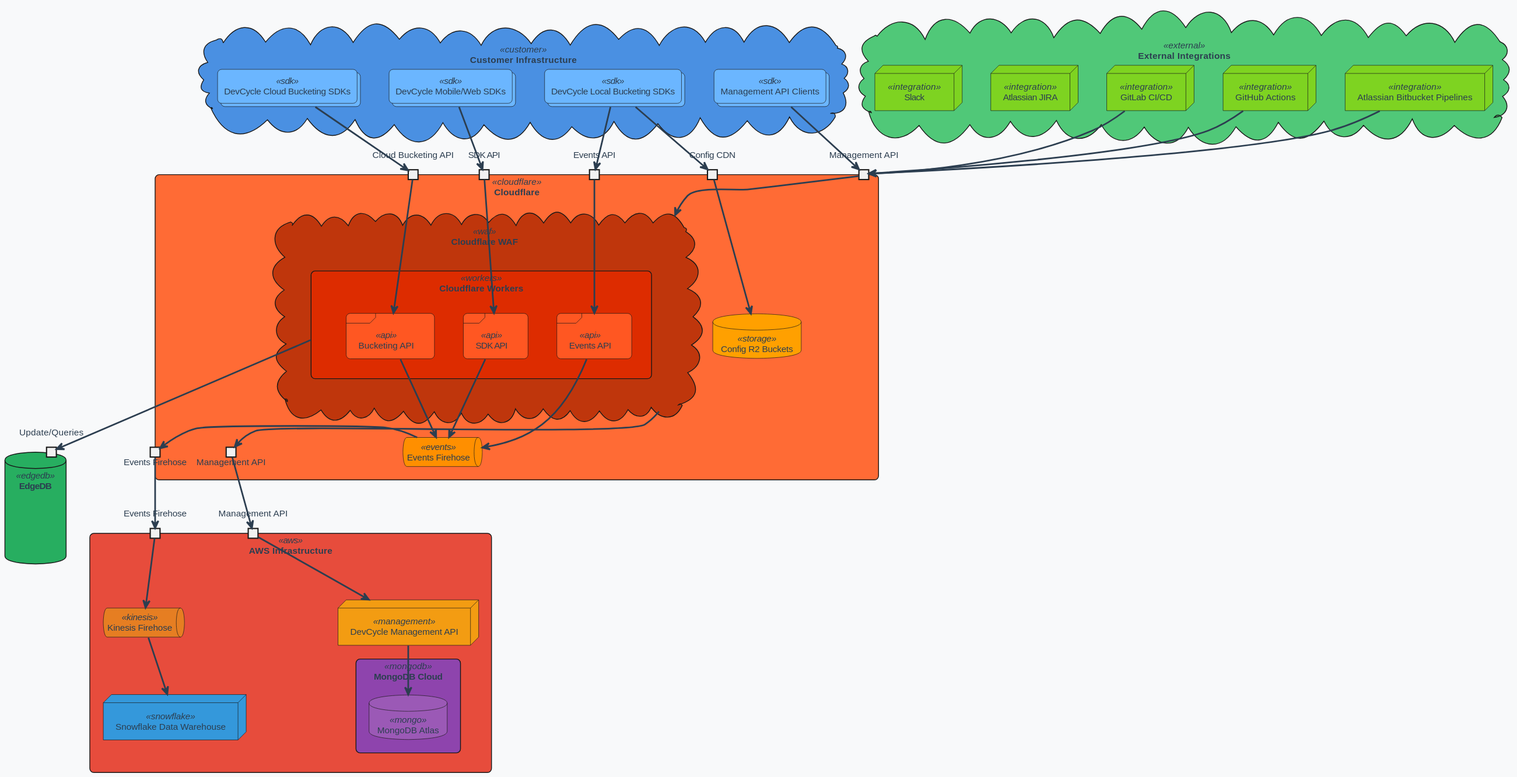
Above: static/diagrams/architecture.svg in DevCycleHQ/devcycle-docs (PlantUML), before the change.
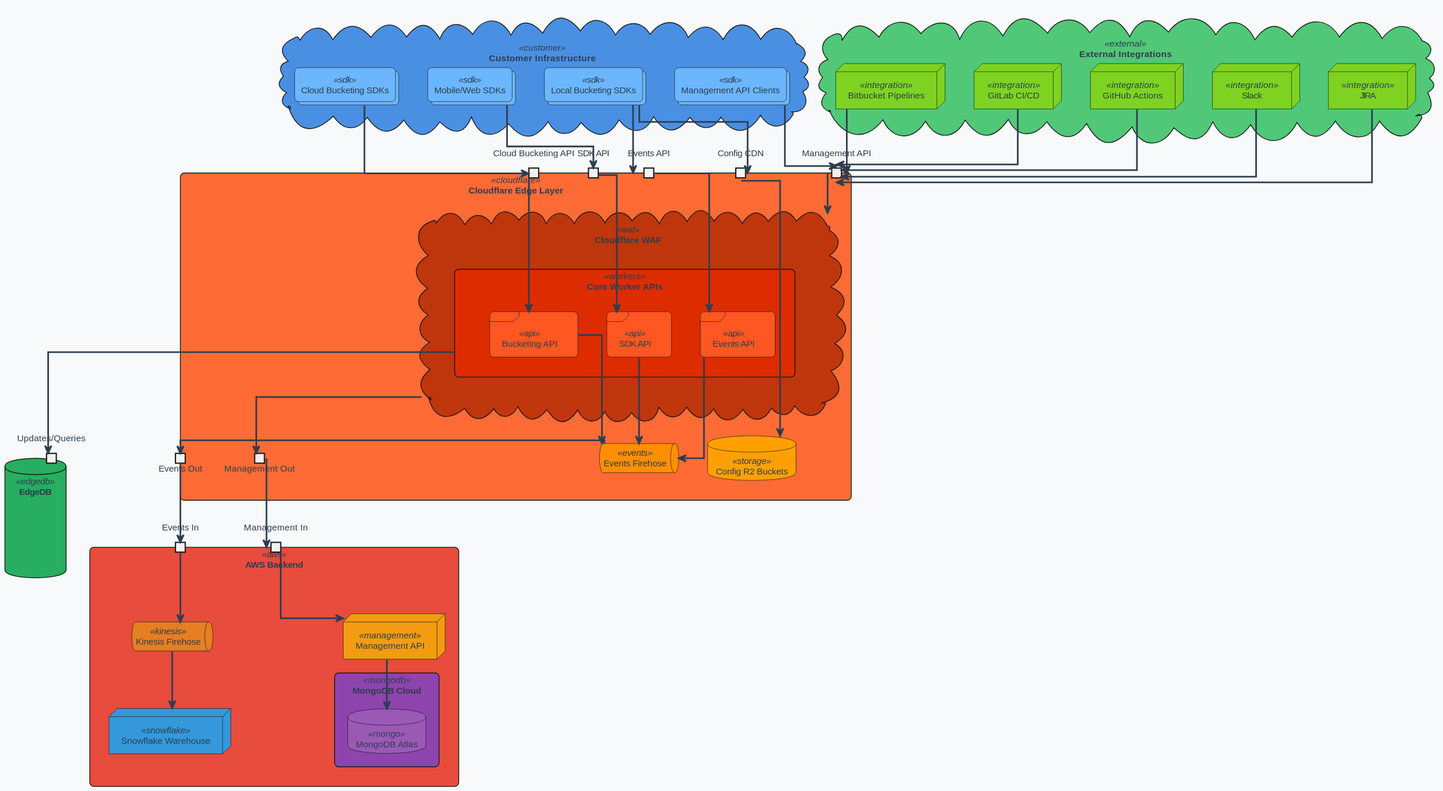
The same diagram one commit later.

Commit message:
Generate SVG files for PlantUML diagrams

What changed in the source:
```diff
@@ -1,9 +1,11 @@
 @startuml
 
+!define DIRECTION top to bottom direction
 skinparam backgroundColor #f8f9fa
 skinparam roundCorner 10
 skinparam defaultFontColor #2c3e50
 skinparam defaultFontSize 11
+skinparam linetype ortho
 
 
 skinparam cloud<<customer>> {
@@ -90,10 +92,6 @@
     BackgroundColor #2ecc71
 }
 
-skinparam collections<<georep>> {
-    BackgroundColor #58d68d
-}
-
 
 skinparam arrow {
     Color #2c3e50
@@ -109,88 +107,106 @@
 }
 
 
-cloud "Customer Infrastructure" as customer_infra <<customer>> {
-    collections "DevCycle Cloud Bucketing SDKs" as customer_cloud_sdks <<sdk>>
-    collections "DevCycle Local Bucketing SDKs" as customer_local_sdks <<sdk>>
-    collections "DevCycle Mobile/Web SDKs" as customer_mobile_web_sdks <<sdk>>
-    collections "Management API Clients" as management_api_clients <<sdk>>
+together {
+    cloud "Customer Infrastructure" as customer_infra <<customer>> {
+        collections "Cloud Bucketing SDKs" as customer_cloud_sdks <<sdk>>
+        collections "Local Bucketing SDKs" as customer_local_sdks <<sdk>>
+        collections "Mobile/Web SDKs" as customer_mobile_web_sdks <<sdk>>
+        collections "Management API Clients" as management_api_clients <<sdk>>
+    }
+
+    cloud "External Integrations" <<external>> {
+        node "GitHub Actions" as github_actions <<integration>>
+        node "GitLab CI/CD" as gitlab_ci <<integration>>
+        node "Bitbucket Pipelines" as bitbucket_pipelines <<integration>>
+        node "JIRA" as jira <<integration>>
+        node "Slack" as slack <<integration>>
+    }
 }
 
-cloud "External Integrations" <<external>> {
-    node "GitHub Actions" as github_actions <<integration>>
-    node "GitLab CI/CD" as gitlab_ci <<integration>>
-    node "Atlassian Bitbucket Pipelines" as bitbucket_pipelines <<integration>>
-    node "Atlassian JIRA" as jira <<integration>>
-    node "Slack" as slack <<integration>>
-}
-
-rectangle "Cloudflare" <<cloudflare>> {
-    portin "Events API" as event_api_in <<cf_port>>
-    portin "SDK API" as sdk_api_in <<cf_port>>
-    portin "Cloud Bucketing API" as cloud_bucketing_api_in <<cf_port>>
-    portin "Config CDN" as config_cdn_in <<cf_port>>
-    portin "Management API" as management_api_cf_in <<cf_port>>
-    portout "Events Firehose" as events_firehose_out <<cf_port_out>>
-    portout "Management API" as management_api_cf_out <<cf_port_out>>
+rectangle "Cloudflare Edge Layer" <<cloudflare>> {
+    together {
+        portin "Events API" as event_api_in <<cf_port>>
+        portin "SDK API" as sdk_api_in <<cf_port>>
+        portin "Cloud Bucketing API" as cloud_bucketing_api_in <<cf_port>>
+        portin "Config CDN" as config_cdn_in <<cf_port>>
+        portin "Management API" as management_api_cf_in <<cf_port>>
+    }
 
     cloud "Cloudflare WAF" as cf_waf <<waf>> {
-        rectangle "Cloudflare Workers" as cloudflare_workers <<workers>> {
+        rectangle "Core Worker APIs" as cloudflare_workers <<workers>> {
             frame "Bucketing API" as bucketing_api <<api>>
             frame "Events API" as event_api <<api>>
             frame "SDK API" as sdk_api <<api>>
         }
     }
 
-    database "Config R2 Buckets" as config_cdn <<storage>>
-    queue "Events Firehose" as events_firehose <<events>>
+    together {
+        database "Config R2 Buckets" as config_cdn <<storage>>
+        queue "Events Firehose" as events_firehose <<events>>
+    }
 
-    config_cdn_in --> config_cdn
-    event_api_in --> event_api
-    sdk_api_in --> sdk_api
-    cloud_bucketing_api_in --> bucketing_api
-    management_api_cf_in --> cf_waf
-    cf_waf --> management_api_cf_out
-    sdk_api --> events_firehose
-    bucketing_api --> events_firehose
-    event_api --> events_firehose
-    events_firehose --> events_firehose_out
+    together {
+        portout "Events Out" as events_firehose_out <<cf_port_out>>
+        portout "Management Out" as management_api_cf_out <<cf_port_out>>
+    }
 }
 
-rectangle "AWS Infrastructure" <<aws>> {
-    portin "Events Firehose" as events_firehose_in <<aws_port>>
-    portin "Management API" as management_api_in <<aws_port>>
-    queue "Kinesis Firehose" as events_firehose_aws <<kinesis>>
-    node "DevCycle Management API" as mgmt_api <<management>>
+database "EdgeDB" as edgedb <<edgedb>> {
+    portin "Updates/Queries" as edgedb_in <<edge_port>>
+}
+
+rectangle "AWS Backend" <<aws>> {
+    together {
+        portin "Events In" as events_firehose_in <<aws_port>>
+        portin "Management In" as management_api_in <<aws_port>>
+    }
+
+    together {
+        queue "Kinesis Firehose" as events_firehose_aws <<kinesis>>
+        node "Snowflake Warehouse" as snowflake <<snowflake>>
+    }
+
+    node "Management API" as mgmt_api <<management>>
 
     rectangle "MongoDB Cloud" <<mongodb>> {
         database "MongoDB Atlas" as mongodb_db <<mongo>>
     }
-
-    node "Snowflake Data Warehouse" as snowflake <<snowflake>>
-
-    events_firehose_in --> events_firehose_aws
-    events_firehose_aws --> snowflake
-    management_api_in --> mgmt_api
-    mgmt_api --> mongodb_db
 }
 
-database "EdgeDB" as edgedb <<edgedb>> {
-    portin "Update/Queries" as edgedb_in <<edge_port>>
-}
 
-customer_cloud_sdks --> cloud_bucketing_api_in
-customer_mobile_web_sdks --> sdk_api_in
-customer_local_sdks --> config_cdn_in
-customer_local_sdks --> event_api_in
+customer_cloud_sdks -down-> cloud_bucketing_api_in
+customer_mobile_web_sdks -down-> sdk_api_in
+customer_local_sdks -down-> config_cdn_in
+customer_local_sdks -down-> event_api_in
+management_api_clients -down-> management_api_cf_in
+jira -down-> management_api_cf_in
+slack -down-> management_api_cf_in
 
-management_api_clients --> management_api_cf_in
+github_actions -down-> management_api_cf_in
+gitlab_ci -down-> management_api_cf_in
+bitbucket_pipelines -down-> management_api_cf_in
 
-github_actions --> management_api_cf_in
-gitlab_ci --> management_api_cf_in
-bitbucket_pipelines --> management_api_cf_in
+config_cdn_in -down-> config_cdn
+event_api_in -down-> event_api
+sdk_api_in -down-> sdk_api
+cloud_bucketing_api_in -down-> bucketing_api
+management_api_cf_in -down-> cf_waf
 
-events_firehose_out --> events_firehose_in
-management_api_cf_out --> management_api_in
+sdk_api -down-> events_firehose
+bucketing_api -down-> events_firehose
+event_api -down-> events_firehose
 
-cloudflare_workers --> edgedb_in
+cloudflare_workers -down-> edgedb_in
+
+events_firehose -down-> events_firehose_out
+cf_waf -down-> management_api_cf_out
+
+events_firehose_out -down-> events_firehose_in
+management_api_cf_out -down-> management_api_in
+
+events_firehose_in -down-> events_firehose_aws
+events_firehose_aws -down-> snowflake
+management_api_in -down-> mgmt_api
+mgmt_api -down-> mongodb_db
 @enduml
```
